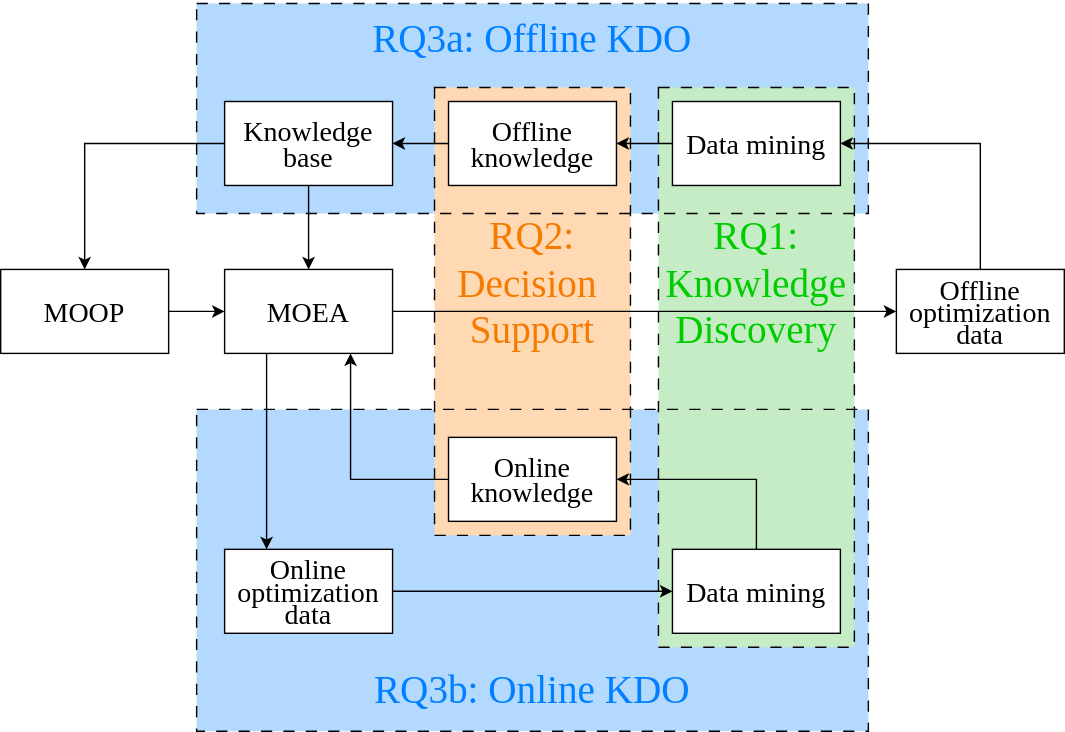
smedisen/phddefense keeps this draw.io diagram as figures/map.drawio.svg. Above is the earlier version. Source tidied: cells renumbered, new cells last; positions are measured from the earlier drawing's top-left corner, leaving out a move shared by most shapes.
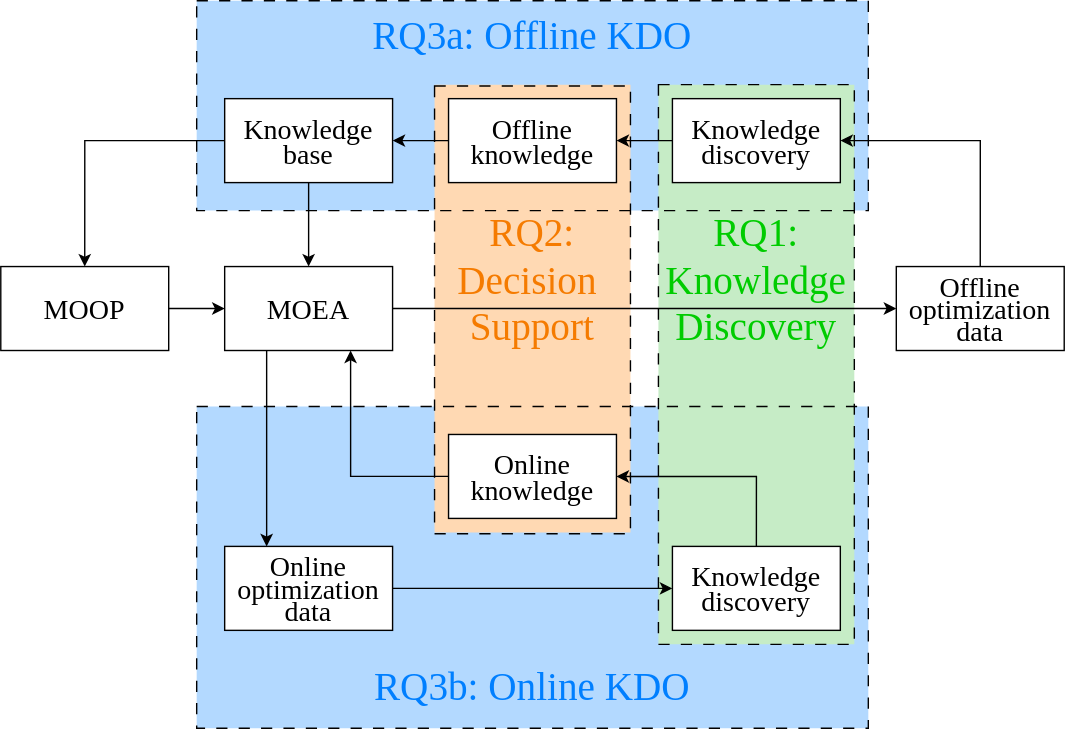
The same file after the commit.

Change to the diagram source:
```diff
@@ -23,16 +23,13 @@
     <mxCell id="8" value="&lt;span style=&quot;font-size: 28px;&quot;&gt;&lt;font color=&quot;#00cc00&quot; style=&quot;font-size: 28px;&quot;&gt;RQ1:&lt;br&gt;Knowledge Discovery&lt;/font&gt;&lt;/span&gt;" style="rounded=0;whiteSpace=wrap;html=1;fillColor=none;strokeColor=none;fontFamily=Times New Roman;fontSize=28;" parent="7" vertex="1">
       <mxGeometry y="90" width="140" height="100" as="geometry" />
     </mxCell>
-    <mxCell id="9" value="&lt;font style=&quot;font-size: 20px;&quot;&gt;Data mining&lt;/font&gt;" style="rounded=0;whiteSpace=wrap;html=1;fontFamily=Times New Roman;fontSize=20;" parent="7" vertex="1">
+    <mxCell id="9" value="&lt;p style=&quot;line-height: 90%;&quot;&gt;Knowledge discovery&lt;/p&gt;" style="rounded=0;whiteSpace=wrap;html=1;fontFamily=Times New Roman;fontSize=20;" parent="7" vertex="1">
       <mxGeometry x="10" y="10" width="120" height="60" as="geometry" />
     </mxCell>
-    <mxCell id="10" style="rounded=0;whiteSpace=wrap;html=1;shadow=0;glass=0;sketch=0;strokeColor=default;strokeWidth=1;fontSize=20;fillColor=none;dashed=1;dashPattern=8 8;" parent="7" vertex="1">
-      <mxGeometry width="140" height="400" as="geometry" />
-    </mxCell>
     <mxCell id="11" value="&lt;p style=&quot;line-height: 80%;&quot;&gt;&lt;font style=&quot;font-size: 20px;&quot;&gt;Online&lt;br style=&quot;font-size: 20px;&quot;&gt;optimization data&lt;/font&gt;&lt;/p&gt;" style="rounded=0;whiteSpace=wrap;html=1;fontFamily=Times New Roman;fontSize=20;" parent="5" vertex="1">
       <mxGeometry x="20" y="100" width="120" height="60" as="geometry" />
     </mxCell>
-    <mxCell id="12" value="&lt;font style=&quot;font-size: 20px;&quot;&gt;Data mining&lt;/font&gt;" style="rounded=0;whiteSpace=wrap;html=1;fontFamily=Times New Roman;fontSize=20;" parent="5" vertex="1">
+    <mxCell id="12" value="&lt;p style=&quot;line-height: 90%;&quot;&gt;Knowledge discovery&lt;/p&gt;" style="rounded=0;whiteSpace=wrap;html=1;fontFamily=Times New Roman;fontSize=20;" parent="5" vertex="1">
       <mxGeometry x="340" y="100" width="120" height="60" as="geometry" />
     </mxCell>
     <mxCell id="13" style="edgeStyle=orthogonalEdgeStyle;html=1;fontFamily=Times New Roman;fontSize=20;" parent="5" edge="1" source="11" target="12">
@@ -51,7 +48,7 @@
       <mxGeometry x="10" y="10" width="120" height="60" as="geometry" />
     </mxCell>
     <mxCell id="18" style="rounded=0;whiteSpace=wrap;html=1;shadow=0;glass=0;sketch=0;strokeColor=default;strokeWidth=1;fontSize=20;fillColor=none;dashed=1;dashPattern=8 8;" parent="14" vertex="1">
-      <mxGeometry width="140" height="320" as="geometry" />
+      <mxGeometry y="1" width="140" height="320" as="geometry" />
     </mxCell>
     <mxCell id="19" value="&lt;font style=&quot;font-size: 20px;&quot;&gt;MOOP&lt;/font&gt;" style="rounded=0;whiteSpace=wrap;html=1;fontFamily=Times New Roman;fontSize=20;" parent="1" vertex="1">
       <mxGeometry y="190" width="120" height="60" as="geometry" />
@@ -109,5 +106,8 @@
     <mxCell id="33" style="rounded=0;whiteSpace=wrap;html=1;shadow=0;glass=0;sketch=0;strokeColor=default;strokeWidth=1;fontSize=20;fillColor=none;dashed=1;dashPattern=8 8;" parent="1" vertex="1">
       <mxGeometry x="140" width="480" height="150" as="geometry" />
     </mxCell>
+    <mxCell id="10" style="rounded=0;whiteSpace=wrap;html=1;shadow=0;glass=0;sketch=0;strokeColor=default;strokeWidth=1;fontSize=20;fillColor=none;dashed=1;dashPattern=8 8;" parent="1" vertex="1">
+      <mxGeometry x="470" y="60" width="140" height="400" as="geometry" />
+    </mxCell>
   </root>
 </mxGraphModel>
```
